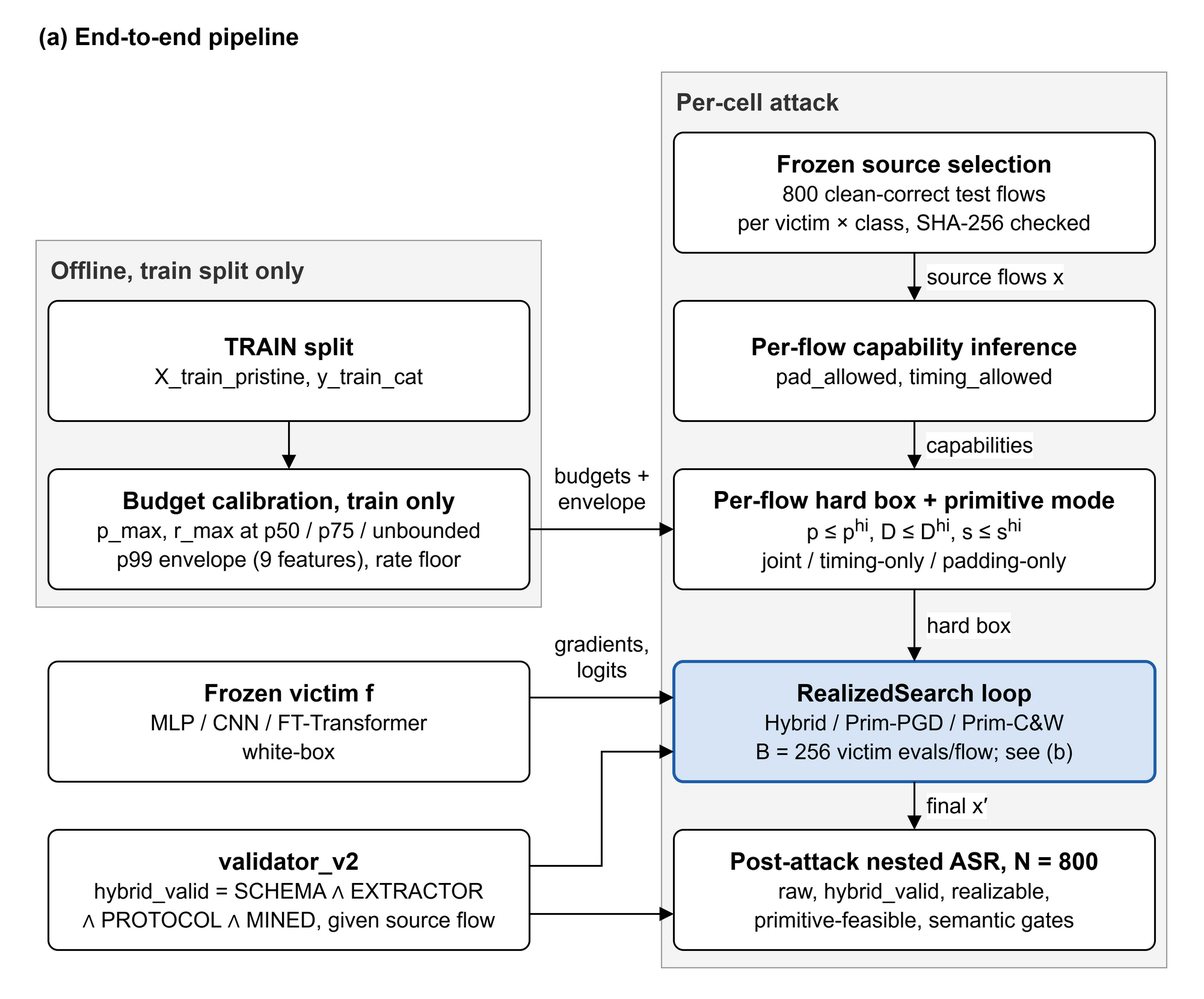
This is docs/figures/primattack/primattack_architecture_a.png from altmiko/thesis, a draw.io export, as it was before one commit. Source tidied: cells renumbered, new cells last; positions are measured from the earlier drawing's top-left corner, leaving out a move shared by most shapes. Its diagram source:
```xml
<mxGraphModel>
  <root>
    <mxCell id="0" />
    <mxCell id="1" parent="0" />
    <mxCell id="2" style="rounded=0;html=1;fillColor=#ffffff;strokeColor=none;" parent="1" vertex="1">
      <mxGeometry width="1000" height="830" as="geometry" />
    </mxCell>
    <mxCell id="3" value="(a) End-to-end pipeline" style="text;html=1;align=left;verticalAlign=middle;fontSize=20;fontStyle=1;fontColor=#000000;" parent="1" vertex="1">
      <mxGeometry x="30" y="14" width="600" height="32" as="geometry" />
    </mxCell>
    <mxCell id="4" value="Offline, train split only" style="rounded=0;whiteSpace=wrap;html=1;fillColor=#f4f4f4;strokeColor=#9a9a9a;strokeWidth=1;verticalAlign=top;align=left;spacingLeft=10;spacingTop=6;fontSize=20;fontStyle=1;fontColor=#333333;gradientColor=none;" parent="1" vertex="1">
      <mxGeometry x="30" y="200" width="420" height="305" as="geometry" />
    </mxCell>
    <mxCell id="5" value="Per-cell attack" style="rounded=0;whiteSpace=wrap;html=1;fillColor=#f4f4f4;strokeColor=#9a9a9a;strokeWidth=1;verticalAlign=top;align=left;spacingLeft=10;spacingTop=6;fontSize=20;fontStyle=1;fontColor=#333333;gradientColor=none;" parent="1" vertex="1">
      <mxGeometry x="550" y="60" width="420" height="745" as="geometry" />
    </mxCell>
    <mxCell id="6" value="&lt;b&gt;TRAIN split&lt;/b&gt;&lt;br&gt;&lt;span style=&quot;font-size:18px&quot;&gt;X_train_pristine, y_train_cat&lt;/span&gt;" style="rounded=1;arcSize=8;whiteSpace=wrap;html=1;align=center;verticalAlign=middle;spacing=8;fontSize=20;fontFamily=Helvetica;fontColor=#000000;gradientColor=none;shadow=0;fillColor=#ffffff;strokeColor=#000000;strokeWidth=1.5;" parent="4" vertex="1">
      <mxGeometry x="10" y="50" width="400" height="100" as="geometry" />
    </mxCell>
    <mxCell id="7" value="&lt;b&gt;Budget calibration, train only&lt;/b&gt;&lt;br&gt;&lt;span style=&quot;font-size:18px&quot;&gt;p_max, r_max at p50 / p75 / unbounded&lt;br&gt;p99 envelope (9 features), rate floor&lt;/span&gt;" style="rounded=1;arcSize=8;whiteSpace=wrap;html=1;align=center;verticalAlign=middle;spacing=8;fontSize=20;fontFamily=Helvetica;fontColor=#000000;gradientColor=none;shadow=0;fillColor=#ffffff;strokeColor=#000000;strokeWidth=1.5;" parent="4" vertex="1">
      <mxGeometry x="10" y="190" width="400" height="100" as="geometry" />
    </mxCell>
    <mxCell id="8" value="&lt;b&gt;Frozen victim f&lt;/b&gt;&lt;br&gt;&lt;span style=&quot;font-size:18px&quot;&gt;MLP / CNN / FT-Transformer&lt;br&gt;white-box&lt;/span&gt;" style="rounded=1;arcSize=8;whiteSpace=wrap;html=1;align=center;verticalAlign=middle;spacing=8;fontSize=20;fontFamily=Helvetica;fontColor=#000000;gradientColor=none;shadow=0;fillColor=#ffffff;strokeColor=#000000;strokeWidth=1.5;" parent="1" vertex="1">
      <mxGeometry x="40" y="550" width="400" height="100" as="geometry" />
    </mxCell>
    <mxCell id="9" value="&lt;b&gt;validator_v2&lt;/b&gt;&lt;br&gt;&lt;span style=&quot;font-size:18px&quot;&gt;hybrid_valid = SCHEMA ∧ EXTRACTOR&lt;br&gt;∧ PROTOCOL ∧ MINED, given source flow&lt;/span&gt;" style="rounded=1;arcSize=8;whiteSpace=wrap;html=1;align=center;verticalAlign=middle;spacing=8;fontSize=20;fontFamily=Helvetica;fontColor=#000000;gradientColor=none;shadow=0;fillColor=#ffffff;strokeColor=#000000;strokeWidth=1.5;" parent="1" vertex="1">
      <mxGeometry x="40" y="690" width="400" height="100" as="geometry" />
    </mxCell>
    <mxCell id="10" value="&lt;b&gt;Frozen source selection&lt;/b&gt;&lt;br&gt;&lt;span style=&quot;font-size:18px&quot;&gt;800 clean-correct test flows&lt;br&gt;per victim × class, SHA-256 checked&lt;/span&gt;" style="rounded=1;arcSize=8;whiteSpace=wrap;html=1;align=center;verticalAlign=middle;spacing=8;fontSize=20;fontFamily=Helvetica;fontColor=#000000;gradientColor=none;shadow=0;fillColor=#ffffff;strokeColor=#000000;strokeWidth=1.5;" parent="5" vertex="1">
      <mxGeometry x="10" y="50" width="400" height="100" as="geometry" />
    </mxCell>
    <mxCell id="11" value="&lt;b&gt;Per-flow capability inference&lt;/b&gt;&lt;br&gt;&lt;span style=&quot;font-size:18px&quot;&gt;pad_allowed, timing_allowed&lt;/span&gt;" style="rounded=1;arcSize=8;whiteSpace=wrap;html=1;align=center;verticalAlign=middle;spacing=8;fontSize=20;fontFamily=Helvetica;fontColor=#000000;gradientColor=none;shadow=0;fillColor=#ffffff;strokeColor=#000000;strokeWidth=1.5;" parent="5" vertex="1">
      <mxGeometry x="10" y="190" width="400" height="100" as="geometry" />
    </mxCell>
    <mxCell id="12" value="&lt;b&gt;Per-flow hard box + primitive mode&lt;/b&gt;&lt;br&gt;&lt;span style=&quot;font-size:18px&quot;&gt;p ≤ p&lt;sup&gt;hi&lt;/sup&gt;, D ≤ D&lt;sup&gt;hi&lt;/sup&gt;, s ≤ s&lt;sup&gt;hi&lt;/sup&gt;&lt;br&gt;joint / timing-only / padding-only&lt;/span&gt;" style="rounded=1;arcSize=8;whiteSpace=wrap;html=1;align=center;verticalAlign=middle;spacing=8;fontSize=20;fontFamily=Helvetica;fontColor=#000000;gradientColor=none;shadow=0;fillColor=#ffffff;strokeColor=#000000;strokeWidth=1.5;" parent="5" vertex="1">
      <mxGeometry x="10" y="330" width="400" height="100" as="geometry" />
    </mxCell>
    <mxCell id="13" value="&lt;b&gt;RealizedSearch loop&lt;/b&gt;&lt;br&gt;&lt;span style=&quot;font-size:18px&quot;&gt;Hybrid / Prim-PGD / Prim-C&amp;amp;W&lt;br&gt;B = 256 victim evals/flow; see (b)&lt;/span&gt;" style="rounded=1;arcSize=8;whiteSpace=wrap;html=1;align=center;verticalAlign=middle;spacing=8;fontSize=20;fontFamily=Helvetica;fontColor=#000000;gradientColor=none;shadow=0;fillColor=#d6e4f5;strokeColor=#1f5fa8;strokeWidth=2.5;" parent="5" vertex="1">
      <mxGeometry x="10" y="490" width="400" height="100" as="geometry" />
    </mxCell>
    <mxCell id="14" value="&lt;b&gt;Post-attack nested ASR, N = 800&lt;/b&gt;&lt;br&gt;&lt;span style=&quot;font-size:18px&quot;&gt;raw, hybrid_valid, realizable,&lt;br&gt;primitive-feasible, semantic gates&lt;/span&gt;" style="rounded=1;arcSize=8;whiteSpace=wrap;html=1;align=center;verticalAlign=middle;spacing=8;fontSize=20;fontFamily=Helvetica;fontColor=#000000;gradientColor=none;shadow=0;fillColor=#ffffff;strokeColor=#000000;strokeWidth=1.5;" parent="5" vertex="1">
      <mxGeometry x="10" y="630" width="400" height="100" as="geometry" />
    </mxCell>
    <mxCell id="15" style="edgeStyle=orthogonalEdgeStyle;rounded=0;jettySize=auto;html=1;endArrow=block;endSize=8;endFill=1;strokeColor=#000000;strokeWidth=1.5;fontSize=18;fontColor=#000000;labelBackgroundColor=#ffffff;exitX=0.5;exitY=1;exitDx=0;exitDy=0;entryX=0.5;entryY=0;entryDx=0;entryDy=0;" parent="1" edge="1" source="6" target="7">
      <mxGeometry relative="1" as="geometry" />
    </mxCell>
    <mxCell id="16" value="budgets +&lt;br&gt;envelope" style="edgeStyle=orthogonalEdgeStyle;rounded=0;jettySize=auto;html=1;endArrow=block;endSize=8;endFill=1;strokeColor=#000000;strokeWidth=1.5;fontSize=18;fontColor=#000000;labelBackgroundColor=#ffffff;exitX=1;exitY=0.5;exitDx=0;exitDy=0;entryX=0;entryY=0.5;entryDx=0;entryDy=0;" parent="1" edge="1" source="7" target="12">
      <mxGeometry relative="1" as="geometry">
        <mxPoint y="-34" as="offset" />
      </mxGeometry>
    </mxCell>
    <mxCell id="17" value="source flows x" style="edgeStyle=orthogonalEdgeStyle;rounded=0;jettySize=auto;html=1;endArrow=block;endSize=8;endFill=1;strokeColor=#000000;strokeWidth=1.5;fontSize=18;fontColor=#000000;labelBackgroundColor=#ffffff;exitX=0.5;exitY=1;exitDx=0;exitDy=0;entryX=0.5;entryY=0;entryDx=0;entryDy=0;" parent="1" edge="1" source="10" target="11">
      <mxGeometry relative="1" as="geometry">
        <mxPoint x="67" as="offset" />
      </mxGeometry>
    </mxCell>
    <mxCell id="18" value="capabilities" style="edgeStyle=orthogonalEdgeStyle;rounded=0;jettySize=auto;html=1;endArrow=block;endSize=8;endFill=1;strokeColor=#000000;strokeWidth=1.5;fontSize=18;fontColor=#000000;labelBackgroundColor=#ffffff;exitX=0.5;exitY=1;exitDx=0;exitDy=0;entryX=0.5;entryY=0;entryDx=0;entryDy=0;" parent="1" edge="1" source="11" target="12">
      <mxGeometry relative="1" as="geometry">
        <mxPoint x="54" as="offset" />
      </mxGeometry>
    </mxCell>
    <mxCell id="19" value="hard box" style="edgeStyle=orthogonalEdgeStyle;rounded=0;jettySize=auto;html=1;endArrow=block;endSize=8;endFill=1;strokeColor=#000000;strokeWidth=1.5;fontSize=18;fontColor=#000000;labelBackgroundColor=#ffffff;exitX=0.5;exitY=1;exitDx=0;exitDy=0;entryX=0.5;entryY=0;entryDx=0;entryDy=0;" parent="1" edge="1" source="12" target="13">
      <mxGeometry relative="1" as="geometry">
        <mxPoint x="45" as="offset" />
      </mxGeometry>
    </mxCell>
    <mxCell id="20" value="final x′" style="edgeStyle=orthogonalEdgeStyle;rounded=0;jettySize=auto;html=1;endArrow=block;endSize=8;endFill=1;strokeColor=#000000;strokeWidth=1.5;fontSize=18;fontColor=#000000;labelBackgroundColor=#ffffff;exitX=0.5;exitY=1;exitDx=0;exitDy=0;entryX=0.5;entryY=0;entryDx=0;entryDy=0;" parent="1" edge="1" source="13" target="14">
      <mxGeometry relative="1" as="geometry">
        <mxPoint x="35" as="offset" />
      </mxGeometry>
    </mxCell>
    <mxCell id="21" value="gradients,&lt;br&gt;logits" style="edgeStyle=orthogonalEdgeStyle;rounded=0;jettySize=auto;html=1;endArrow=block;endSize=8;endFill=1;strokeColor=#000000;strokeWidth=1.5;fontSize=18;fontColor=#000000;labelBackgroundColor=#ffffff;exitX=1;exitY=0.3;exitDx=0;exitDy=0;entryX=0;entryY=0.3;entryDx=0;entryDy=0;" parent="1" edge="1" source="8" target="13">
      <mxGeometry relative="1" as="geometry">
        <mxPoint y="-34" as="offset" />
      </mxGeometry>
    </mxCell>
    <mxCell id="22" style="edgeStyle=orthogonalEdgeStyle;rounded=0;jettySize=auto;html=1;endArrow=block;endSize=8;endFill=1;strokeColor=#000000;strokeWidth=1.5;fontSize=18;fontColor=#000000;labelBackgroundColor=#ffffff;exitX=1;exitY=0.3;exitDx=0;exitDy=0;entryX=0;entryY=0.75;entryDx=0;entryDy=0;" parent="1" edge="1" source="9" target="13">
      <mxGeometry relative="1" as="geometry">
        <Array as="points">
          <mxPoint x="500" y="720" />
          <mxPoint x="500" y="625" />
        </Array>
      </mxGeometry>
    </mxCell>
    <mxCell id="23" style="edgeStyle=orthogonalEdgeStyle;rounded=0;jettySize=auto;html=1;endArrow=block;endSize=8;endFill=1;strokeColor=#000000;strokeWidth=1.5;fontSize=18;fontColor=#000000;labelBackgroundColor=#ffffff;exitX=1;exitY=0.7;exitDx=0;exitDy=0;entryX=0;entryY=0.7;entryDx=0;entryDy=0;" parent="1" edge="1" source="9" target="14">
      <mxGeometry relative="1" as="geometry" />
    </mxCell>
  </root>
</mxGraphModel>
```
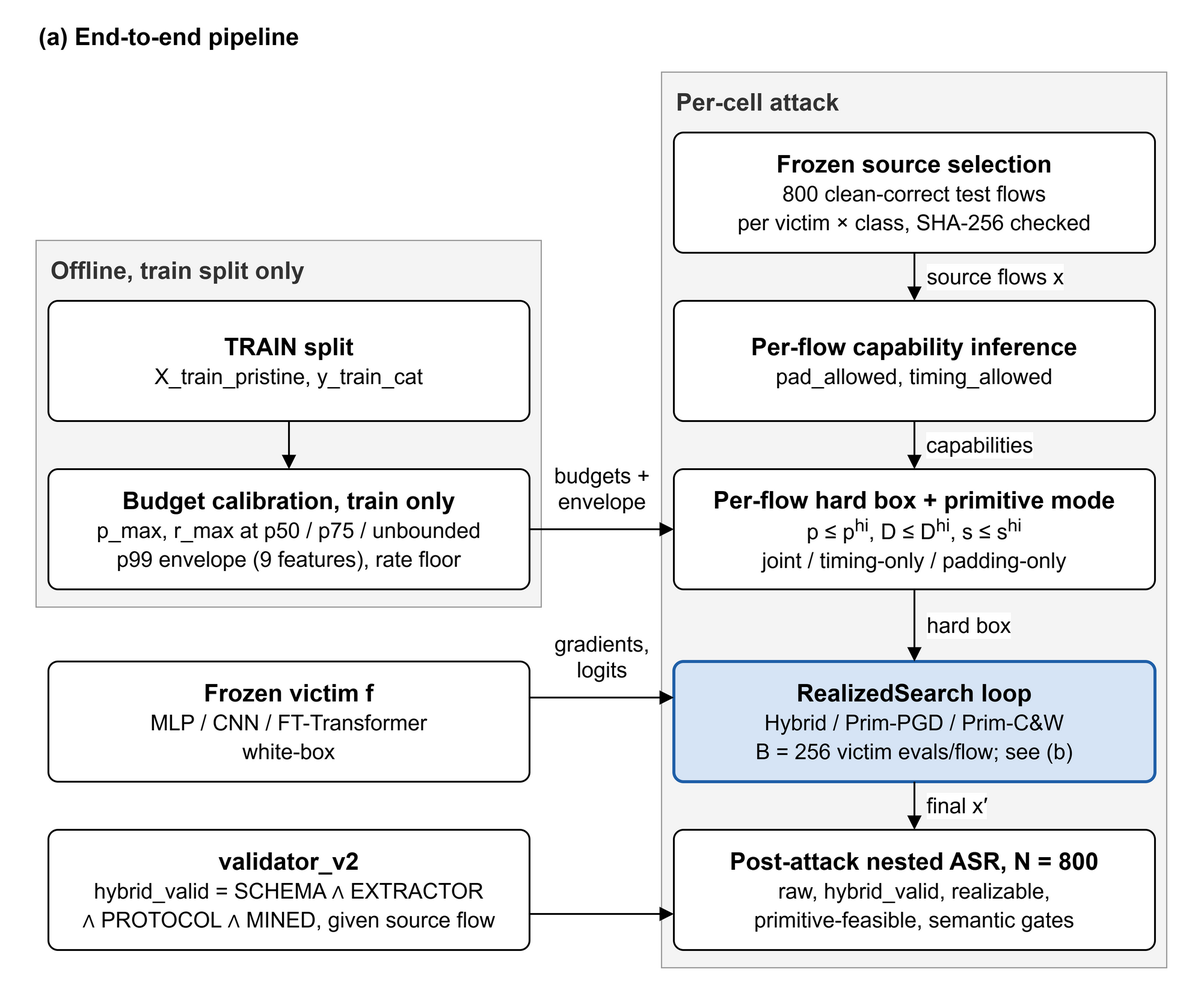
The same diagram one commit later.

Change to the diagram source:
```diff
@@ -74,14 +74,6 @@
         <mxPoint y="-34" as="offset" />
       </mxGeometry>
     </mxCell>
-    <mxCell id="22" style="edgeStyle=orthogonalEdgeStyle;rounded=0;jettySize=auto;html=1;endArrow=block;endSize=8;endFill=1;strokeColor=#000000;strokeWidth=1.5;fontSize=18;fontColor=#000000;labelBackgroundColor=#ffffff;exitX=1;exitY=0.3;exitDx=0;exitDy=0;entryX=0;entryY=0.75;entryDx=0;entryDy=0;" parent="1" edge="1" source="9" target="13">
-      <mxGeometry relative="1" as="geometry">
-        <Array as="points">
-          <mxPoint x="500" y="720" />
-          <mxPoint x="500" y="625" />
-        </Array>
-      </mxGeometry>
-    </mxCell>
     <mxCell id="23" style="edgeStyle=orthogonalEdgeStyle;rounded=0;jettySize=auto;html=1;endArrow=block;endSize=8;endFill=1;strokeColor=#000000;strokeWidth=1.5;fontSize=18;fontColor=#000000;labelBackgroundColor=#ffffff;exitX=1;exitY=0.7;exitDx=0;exitDy=0;entryX=0;entryY=0.7;entryDx=0;entryDy=0;" parent="1" edge="1" source="9" target="14">
       <mxGeometry relative="1" as="geometry" />
     </mxCell>
```
